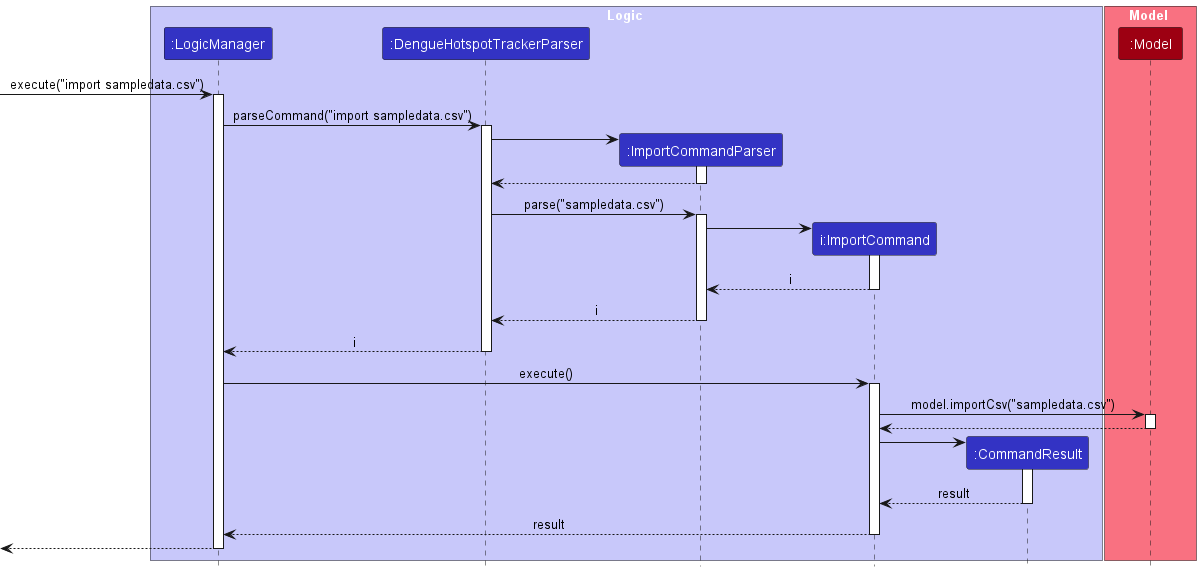
Before: docs/images/ImportSequenceDiagram.png, a diagram exported from PlantUML (nus-cs2103-AY2223S2/tp). Source of this version:
```plantuml
@startuml
!include style.puml
hide footbox

box Logic LOGIC_COLOR_T1
participant ":LogicManager" as LogicManager LOGIC_COLOR
participant ":DengueHotspotTrackerParser" as DengueHotspotTrackerParser LOGIC_COLOR
participant ":ImportCommandParser" as ImportCommandParser LOGIC_COLOR
participant "i:ImportCommand" as ImportCommand LOGIC_COLOR
participant ":CommandResult" as CommandResult LOGIC_COLOR
end box

box Model MODEL_COLOR_T1
participant ":Model" as Model MODEL_COLOR
end box

[-> LogicManager : execute("import sampledata.csv")
activate LogicManager

LogicManager -> DengueHotspotTrackerParser : parseCommand("import sampledata.csv")
activate DengueHotspotTrackerParser

create ImportCommandParser
DengueHotspotTrackerParser -> ImportCommandParser
activate ImportCommandParser

ImportCommandParser --> DengueHotspotTrackerParser
deactivate ImportCommandParser

DengueHotspotTrackerParser -> ImportCommandParser : parse("sampledata.csv")
activate ImportCommandParser

create ImportCommand
ImportCommandParser -> ImportCommand
activate ImportCommand

ImportCommand --> ImportCommandParser : i
deactivate ImportCommand

ImportCommandParser --> DengueHotspotTrackerParser : i
deactivate ImportCommandParser

DengueHotspotTrackerParser --> LogicManager : i
deactivate DengueHotspotTrackerParser

LogicManager -> ImportCommand : execute()
activate ImportCommand

ImportCommand -> Model : model.importCsv("sampledata.csv")
activate Model

Model --> ImportCommand
deactivate Model

create CommandResult
ImportCommand -> CommandResult
activate CommandResult

CommandResult --> ImportCommand : result
deactivate CommandResult



ImportCommand --> LogicManager : result
deactivate ImportCommand

LogicManager -->[
deactivate LogicManager

@enduml
```
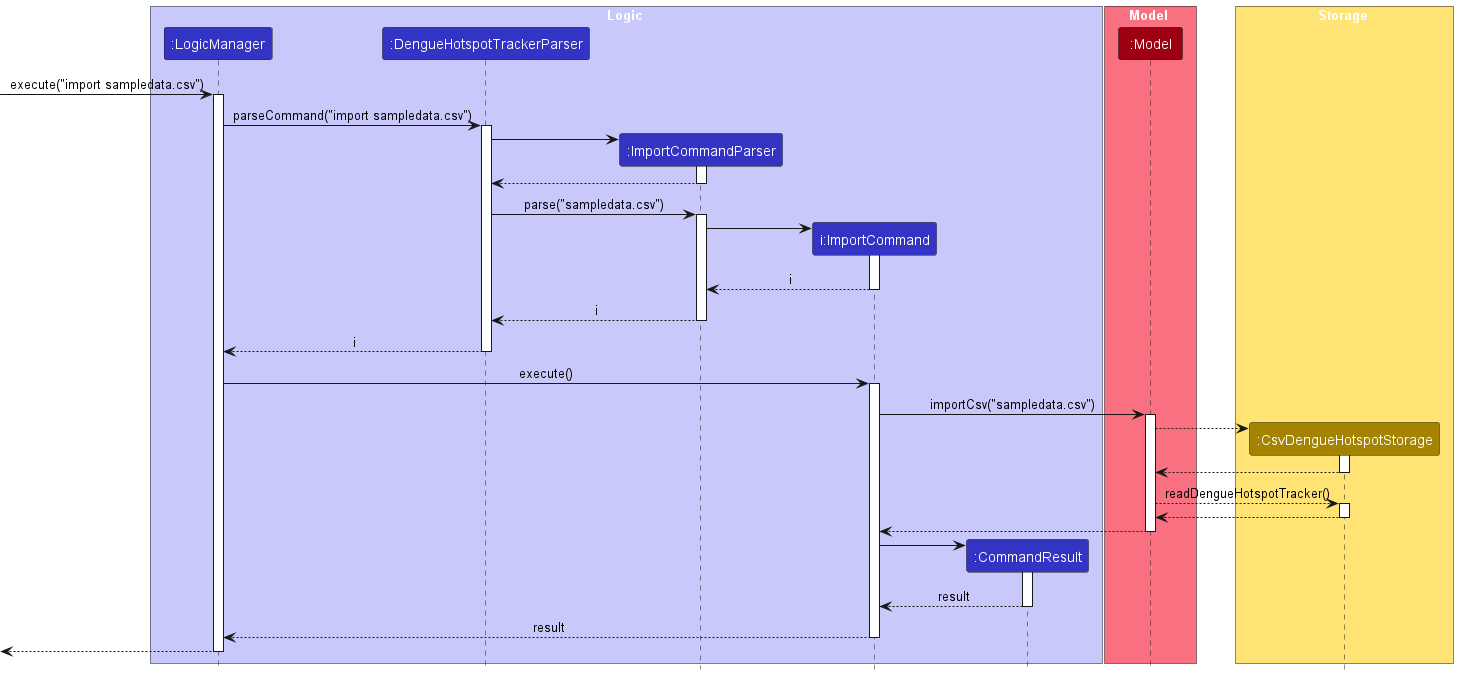
The same file after the commit.

Commit message:
Add Import, Export and Checkout features

What changed in the source:
```diff
@@ -12,6 +12,10 @@
 
 box Model MODEL_COLOR_T1
 participant ":Model" as Model MODEL_COLOR
+end box
+
+box Storage STORAGE_COLOR_T1
+participant ":CsvDengueHotspotStorage" as CsvDengueHotspotStorage STORAGE_COLOR
 end box
 
 [-> LogicManager : execute("import sampledata.csv")
@@ -46,8 +50,21 @@
 LogicManager -> ImportCommand : execute()
 activate ImportCommand
 
-ImportCommand -> Model : model.importCsv("sampledata.csv")
+ImportCommand -> Model : importCsv("sampledata.csv")
 activate Model
+
+create CsvDengueHotspotStorage
+Model --> CsvDengueHotspotStorage
+activate CsvDengueHotspotStorage
+
+CsvDengueHotspotStorage --> Model
+deactivate CsvDengueHotspotStorage
+
+Model --> CsvDengueHotspotStorage: readDengueHotspotTracker()
+activate CsvDengueHotspotStorage
+
+Model <-- CsvDengueHotspotStorage
+deactivate CsvDengueHotspotStorage
 
 Model --> ImportCommand
 deactivate Model
@@ -59,8 +76,6 @@
 CommandResult --> ImportCommand : result
 deactivate CommandResult
 
-
-
 ImportCommand --> LogicManager : result
 deactivate ImportCommand
 
```
